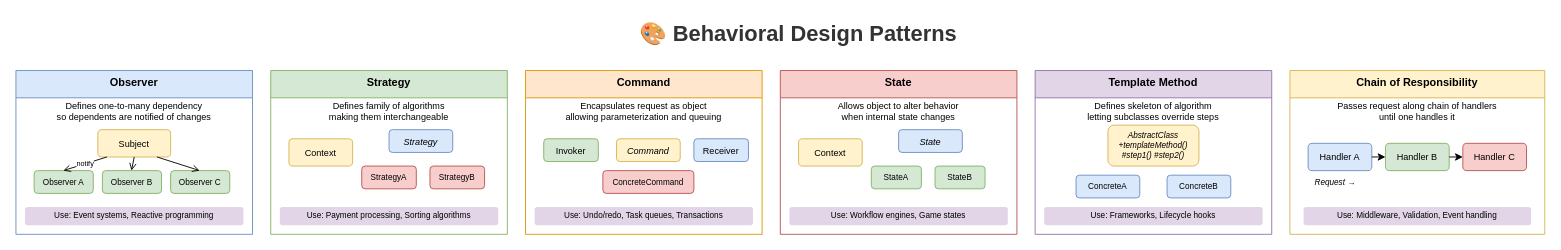
The draw.io diagram lesson-01-software-design-architecture/diagrams/1.3-behavioral-patterns-overview.drawio in MrParkerZ7/document-lesson-software-architect-x-claude, before the edit. Source tidied: cells renumbered, new cells numbered last; positions are measured from the earlier drawing's top-left corner, leaving out a move shared by most shapes. Both pictures are drawn from the tidied source at 91%, with x=0, y=0 at pixel (15, 15).
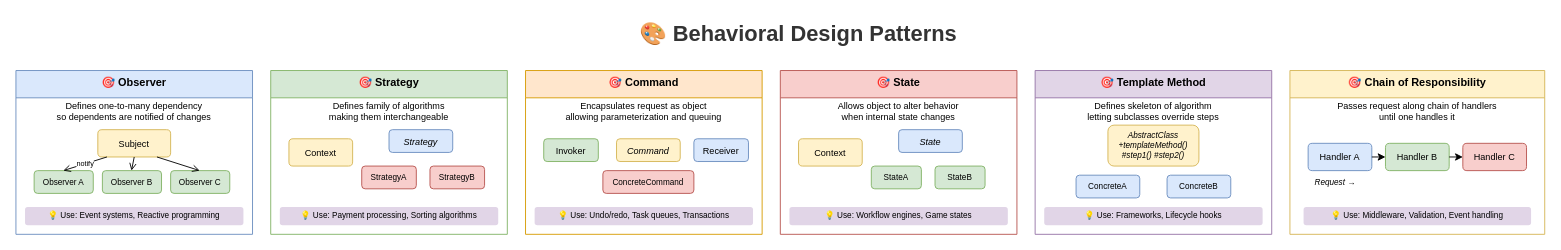
After the change.

Diff of the diagram source:
```diff
@@
-    <mxCell id="3" value="Observer" style="swimlane;fontStyle=1;align=center;verticalAlign=top;horizontal=1;startSize=30;fillColor=#dae8fc;strokeColor=#6c8ebf;" parent="1" vertex="1">
+    <mxCell id="3" value="🎯 Observer" style="swimlane;fontStyle=1;align=center;verticalAlign=top;horizontal=1;startSize=30;fillColor=#dae8fc;strokeColor=#6c8ebf;" parent="1" vertex="1">
       <mxGeometry y="60" width="260" height="180" as="geometry" />
     </mxCell>
@@
-    <mxCell id="12" value="Use: Event systems, Reactive programming" style="text;html=1;strokeColor=none;fillColor=#e1d5e7;align=center;verticalAlign=middle;whiteSpace=wrap;rounded=1;fontSize=9;" parent="3" vertex="1">
+    <mxCell id="12" value="💡 Use: Event systems, Reactive programming" style="text;html=1;strokeColor=none;fillColor=#e1d5e7;align=center;verticalAlign=middle;whiteSpace=wrap;rounded=1;fontSize=9;" parent="3" vertex="1">
       <mxGeometry x="10" y="150" width="240" height="20" as="geometry" />
     </mxCell>
-    <mxCell id="13" value="Strategy" style="swimlane;fontStyle=1;align=center;verticalAlign=top;horizontal=1;startSize=30;fillColor=#d5e8d4;strokeColor=#82b366;" parent="1" vertex="1">
+    <mxCell id="13" value="🎯 Strategy" style="swimlane;fontStyle=1;align=center;verticalAlign=top;horizontal=1;startSize=30;fillColor=#d5e8d4;strokeColor=#82b366;" parent="1" vertex="1">
       <mxGeometry x="280" y="60" width="260" height="180" as="geometry" />
     </mxCell>
@@
-    <mxCell id="19" value="Use: Payment processing, Sorting algorithms" style="text;html=1;strokeColor=none;fillColor=#e1d5e7;align=center;verticalAlign=middle;whiteSpace=wrap;rounded=1;fontSize=9;" parent="13" vertex="1">
+    <mxCell id="19" value="💡 Use: Payment processing, Sorting algorithms" style="text;html=1;strokeColor=none;fillColor=#e1d5e7;align=center;verticalAlign=middle;whiteSpace=wrap;rounded=1;fontSize=9;" parent="13" vertex="1">
       <mxGeometry x="10" y="150" width="240" height="20" as="geometry" />
     </mxCell>
-    <mxCell id="20" value="Command" style="swimlane;fontStyle=1;align=center;verticalAlign=top;horizontal=1;startSize=30;fillColor=#ffe6cc;strokeColor=#d79b00;" parent="1" vertex="1">
+    <mxCell id="20" value="🎯 Command" style="swimlane;fontStyle=1;align=center;verticalAlign=top;horizontal=1;startSize=30;fillColor=#ffe6cc;strokeColor=#d79b00;" parent="1" vertex="1">
       <mxGeometry x="560" y="60" width="260" height="180" as="geometry" />
     </mxCell>
@@
-    <mxCell id="26" value="Use: Undo/redo, Task queues, Transactions" style="text;html=1;strokeColor=none;fillColor=#e1d5e7;align=center;verticalAlign=middle;whiteSpace=wrap;rounded=1;fontSize=9;" parent="20" vertex="1">
+    <mxCell id="26" value="💡 Use: Undo/redo, Task queues, Transactions" style="text;html=1;strokeColor=none;fillColor=#e1d5e7;align=center;verticalAlign=middle;whiteSpace=wrap;rounded=1;fontSize=9;" parent="20" vertex="1">
       <mxGeometry x="10" y="150" width="240" height="20" as="geometry" />
     </mxCell>
-    <mxCell id="27" value="State" style="swimlane;fontStyle=1;align=center;verticalAlign=top;horizontal=1;startSize=30;fillColor=#f8cecc;strokeColor=#b85450;" parent="1" vertex="1">
+    <mxCell id="27" value="🎯 State" style="swimlane;fontStyle=1;align=center;verticalAlign=top;horizontal=1;startSize=30;fillColor=#f8cecc;strokeColor=#b85450;" parent="1" vertex="1">
       <mxGeometry x="840" y="60" width="260" height="180" as="geometry" />
     </mxCell>
@@
-    <mxCell id="33" value="Use: Workflow engines, Game states" style="text;html=1;strokeColor=none;fillColor=#e1d5e7;align=center;verticalAlign=middle;whiteSpace=wrap;rounded=1;fontSize=9;" parent="27" vertex="1">
+    <mxCell id="33" value="💡 Use: Workflow engines, Game states" style="text;html=1;strokeColor=none;fillColor=#e1d5e7;align=center;verticalAlign=middle;whiteSpace=wrap;rounded=1;fontSize=9;" parent="27" vertex="1">
       <mxGeometry x="10" y="150" width="240" height="20" as="geometry" />
     </mxCell>
-    <mxCell id="34" value="Template Method" style="swimlane;fontStyle=1;align=center;verticalAlign=top;horizontal=1;startSize=30;fillColor=#e1d5e7;strokeColor=#9673a6;" parent="1" vertex="1">
+    <mxCell id="34" value="🎯 Template Method" style="swimlane;fontStyle=1;align=center;verticalAlign=top;horizontal=1;startSize=30;fillColor=#e1d5e7;strokeColor=#9673a6;" parent="1" vertex="1">
       <mxGeometry x="1120" y="60" width="260" height="180" as="geometry" />
     </mxCell>
@@
-    <mxCell id="39" value="Use: Frameworks, Lifecycle hooks" style="text;html=1;strokeColor=none;fillColor=#e1d5e7;align=center;verticalAlign=middle;whiteSpace=wrap;rounded=1;fontSize=9;" parent="34" vertex="1">
+    <mxCell id="39" value="💡 Use: Frameworks, Lifecycle hooks" style="text;html=1;strokeColor=none;fillColor=#e1d5e7;align=center;verticalAlign=middle;whiteSpace=wrap;rounded=1;fontSize=9;" parent="34" vertex="1">
       <mxGeometry x="10" y="150" width="240" height="20" as="geometry" />
     </mxCell>
-    <mxCell id="40" value="Chain of Responsibility" style="swimlane;fontStyle=1;align=center;verticalAlign=top;horizontal=1;startSize=30;fillColor=#fff2cc;strokeColor=#d6b656;" parent="1" vertex="1">
+    <mxCell id="40" value="🎯 Chain of Responsibility" style="swimlane;fontStyle=1;align=center;verticalAlign=top;horizontal=1;startSize=30;fillColor=#fff2cc;strokeColor=#d6b656;" parent="1" vertex="1">
       <mxGeometry x="1400" y="60" width="280" height="180" as="geometry" />
     </mxCell>
@@
-    <mxCell id="48" value="Use: Middleware, Validation, Event handling" style="text;html=1;strokeColor=none;fillColor=#e1d5e7;align=center;verticalAlign=middle;whiteSpace=wrap;rounded=1;fontSize=9;" parent="40" vertex="1">
+    <mxCell id="48" value="💡 Use: Middleware, Validation, Event handling" style="text;html=1;strokeColor=none;fillColor=#e1d5e7;align=center;verticalAlign=middle;whiteSpace=wrap;rounded=1;fontSize=9;" parent="40" vertex="1">
       <mxGeometry x="15" y="150" width="250" height="20" as="geometry" />
     </mxCell>
```
